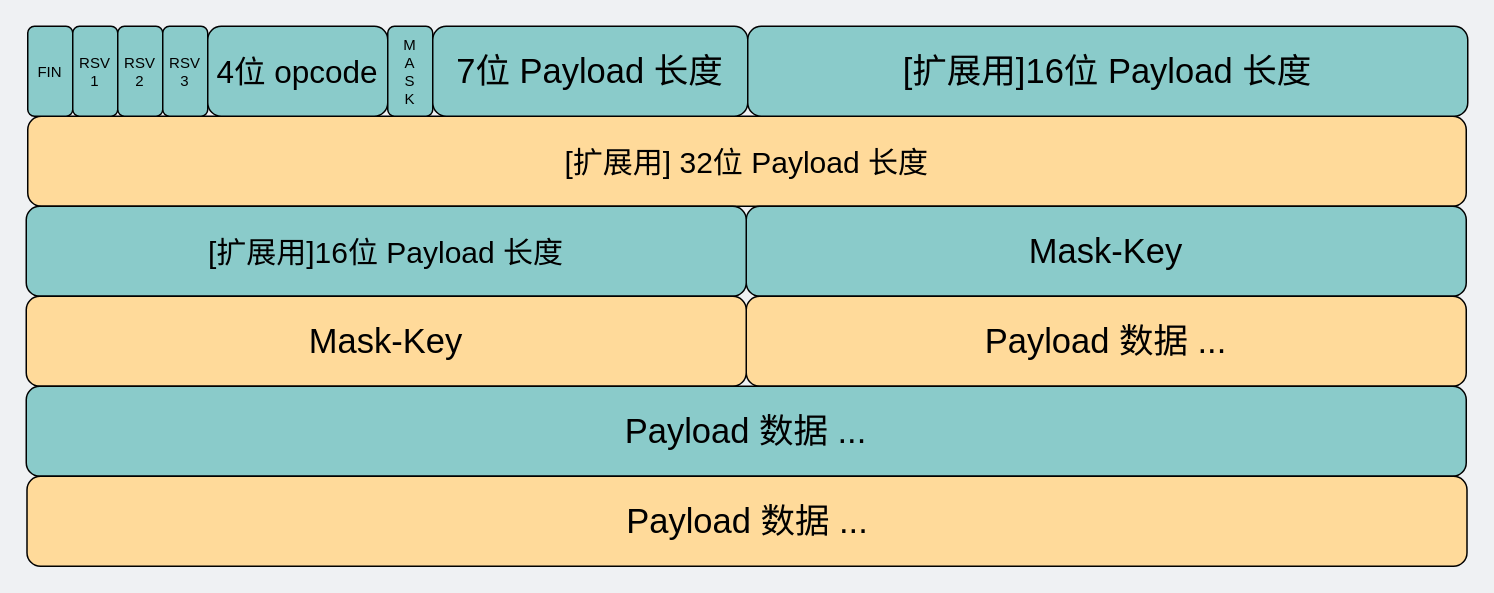
Above: network/websocket报文格式.drawio in xiaobaiTech/image (draw.io), before the change. Source tidied: cells renumbered, new cells numbered last; positions are measured from the earlier drawing's top-left corner, leaving out a move shared by most shapes. Both pictures are drawn from the tidied source at 150%, with x=0, y=0 at pixel (26, 26).
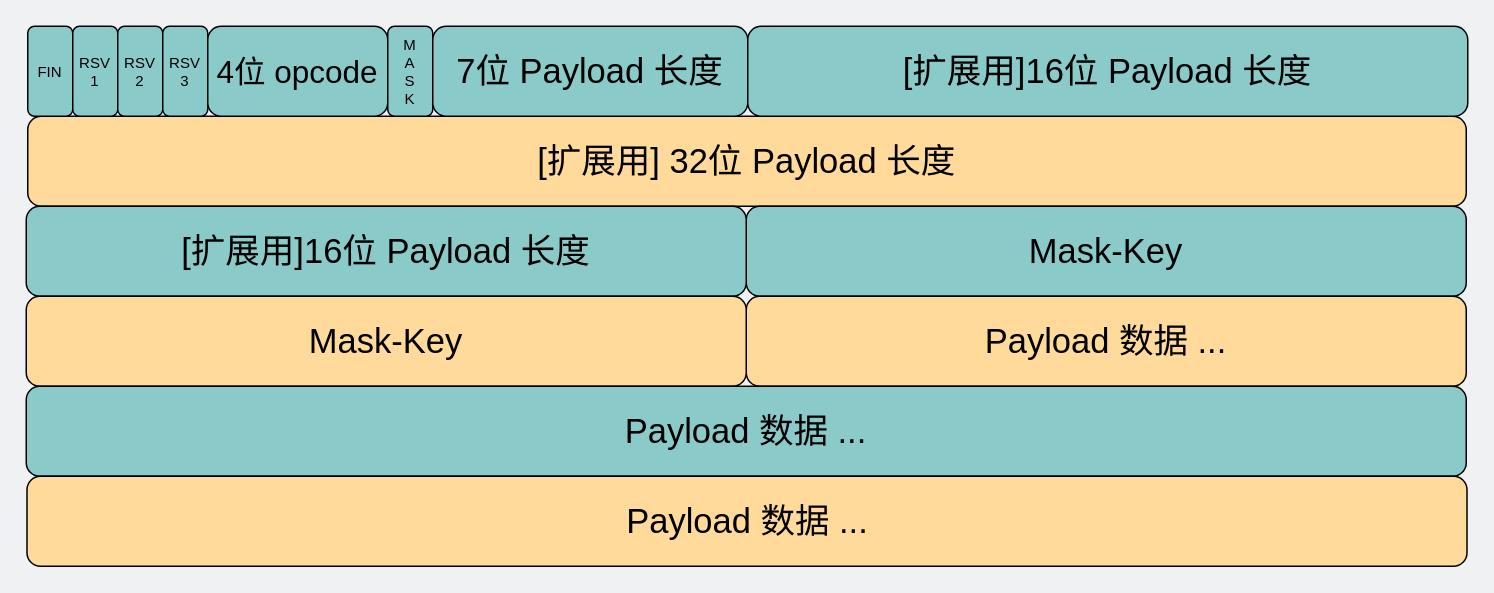
The same diagram, later.

Commit message (it also covers changes not shown here):
更新websocket报文格式.drawio

What changed in the source:
```diff
@@
 <mxGraphModel background="#EFF1F3">
   <root>
     <mxCell id="0" />
     <mxCell id="1" parent="0" />
-    <mxCell id="2" value="&lt;span style=&quot;font-size: 20px;&quot;&gt;[扩展用] 32位&amp;nbsp;&lt;/span&gt;&lt;span style=&quot;font-size: 20px;&quot;&gt;Payload&lt;/span&gt;&lt;span style=&quot;font-size: 20px;&quot;&gt;&amp;nbsp;长度&lt;/span&gt;" style="rounded=1;whiteSpace=wrap;html=1;fontSize=23;fillColor=#FFDA9A;" parent="1" vertex="1">
+    <mxCell id="2" value="&lt;span style=&quot;font-size: 23px;&quot;&gt;[扩展用] 32位&amp;nbsp;&lt;/span&gt;&lt;span style=&quot;font-size: 23px;&quot;&gt;Payload&lt;/span&gt;&lt;span style=&quot;font-size: 23px;&quot;&gt;&amp;nbsp;长度&lt;/span&gt;" style="rounded=1;whiteSpace=wrap;html=1;fontSize=23;fillColor=#FFDA9A;" parent="1" vertex="1">
       <mxGeometry x="1" y="60" width="959" height="60" as="geometry" />
     </mxCell>
     <mxCell id="3" value="FIN" style="rounded=1;whiteSpace=wrap;html=1;fontSize=10;fillColor=#8ACBCA;" parent="1" vertex="1">
       <mxGeometry x="1" width="30" height="60" as="geometry" />
     </mxCell>
     <mxCell id="4" value="RSV&lt;br&gt;1" style="rounded=1;whiteSpace=wrap;html=1;fontSize=10;fillColor=#8ACBCA;" parent="1" vertex="1">
       <mxGeometry x="31" width="30" height="60" as="geometry" />
     </mxCell>
     <mxCell id="5" value="RSV&lt;br&gt;2" style="rounded=1;whiteSpace=wrap;html=1;fontSize=10;fillColor=#8ACBCA;" parent="1" vertex="1">
       <mxGeometry x="61" width="30" height="60" as="geometry" />
     </mxCell>
     <mxCell id="6" value="RSV&lt;br&gt;3" style="rounded=1;whiteSpace=wrap;html=1;fontSize=10;fillColor=#8ACBCA;" parent="1" vertex="1">
       <mxGeometry x="91" width="30" height="60" as="geometry" />
     </mxCell>
     <mxCell id="7" value="&lt;font style=&quot;font-size: 21px;&quot;&gt;4位 opcode&lt;/font&gt;" style="rounded=1;whiteSpace=wrap;html=1;fontSize=10;fillColor=#8ACBCA;" parent="1" vertex="1">
       <mxGeometry x="121" width="120" height="60" as="geometry" />
     </mxCell>
     <mxCell id="8" value="M&lt;br&gt;A&lt;br&gt;S&lt;br&gt;K" style="rounded=1;whiteSpace=wrap;html=1;fontSize=10;fillColor=#8ACBCA;" parent="1" vertex="1">
       <mxGeometry x="241" width="30" height="60" as="geometry" />
     </mxCell>
     <mxCell id="9" value="&lt;font style=&quot;font-size: 23px;&quot;&gt;7位 Payload 长度&lt;/font&gt;" style="rounded=1;whiteSpace=wrap;html=1;fontSize=10;fillColor=#8ACBCA;" parent="1" vertex="1">
       <mxGeometry x="271" width="210" height="60" as="geometry" />
     </mxCell>
     <mxCell id="10" value="&lt;font style=&quot;font-size: 23px;&quot;&gt;[扩展用]16位 Payload&amp;nbsp;长度&lt;/font&gt;" style="rounded=1;whiteSpace=wrap;html=1;fontSize=10;fillColor=#8ACBCA;" parent="1" vertex="1">
       <mxGeometry x="481" width="480" height="60" as="geometry" />
     </mxCell>
     <mxCell id="11" value="Mask-Key" style="rounded=1;whiteSpace=wrap;html=1;fontSize=23;fillColor=#8ACBCA;" parent="1" vertex="1">
       <mxGeometry x="480" y="120" width="480" height="60" as="geometry" />
     </mxCell>
-    <mxCell id="12" value="&lt;span style=&quot;font-size: 20px;&quot;&gt;[扩展用]16位&amp;nbsp;&lt;/span&gt;&lt;span style=&quot;font-size: 20px;&quot;&gt;Payload&lt;/span&gt;&lt;span style=&quot;font-size: 20px;&quot;&gt;&amp;nbsp;长度&lt;/span&gt;" style="rounded=1;whiteSpace=wrap;html=1;fontSize=23;fillColor=#8ACBCA;" parent="1" vertex="1">
+    <mxCell id="12" value="&lt;span style=&quot;font-size: 23px;&quot;&gt;[扩展用]16位&amp;nbsp;&lt;/span&gt;&lt;span style=&quot;font-size: 23px;&quot;&gt;Payload&lt;/span&gt;&lt;span style=&quot;font-size: 23px;&quot;&gt;&amp;nbsp;长度&lt;/span&gt;" style="rounded=1;whiteSpace=wrap;html=1;fontSize=23;fillColor=#8ACBCA;" parent="1" vertex="1">
       <mxGeometry y="120" width="480" height="60" as="geometry" />
     </mxCell>
     <mxCell id="13" value="Payload 数据&amp;nbsp;..." style="rounded=1;whiteSpace=wrap;html=1;fontSize=23;fillColor=#FFDA9A;" parent="1" vertex="1">
       <mxGeometry x="480" y="180" width="480" height="60" as="geometry" />
     </mxCell>
     <mxCell id="14" value="Mask-Key" style="rounded=1;whiteSpace=wrap;html=1;fontSize=23;fillColor=#FFDA9A;" parent="1" vertex="1">
       <mxGeometry y="180" width="480" height="60" as="geometry" />
     </mxCell>
     <mxCell id="15" value="Payload 数据 ..." style="rounded=1;whiteSpace=wrap;html=1;fontSize=23;fillColor=#8ACBCA;" parent="1" vertex="1">
       <mxGeometry y="240" width="960" height="60" as="geometry" />
     </mxCell>
     <mxCell id="16" value="Payload 数据 ..." style="rounded=1;whiteSpace=wrap;html=1;fontSize=23;fillColor=#FFDA9A;" parent="1" vertex="1">
       <mxGeometry x="0.5" y="300" width="960" height="60" as="geometry" />
     </mxCell>
   </root>
 </mxGraphModel>
```
